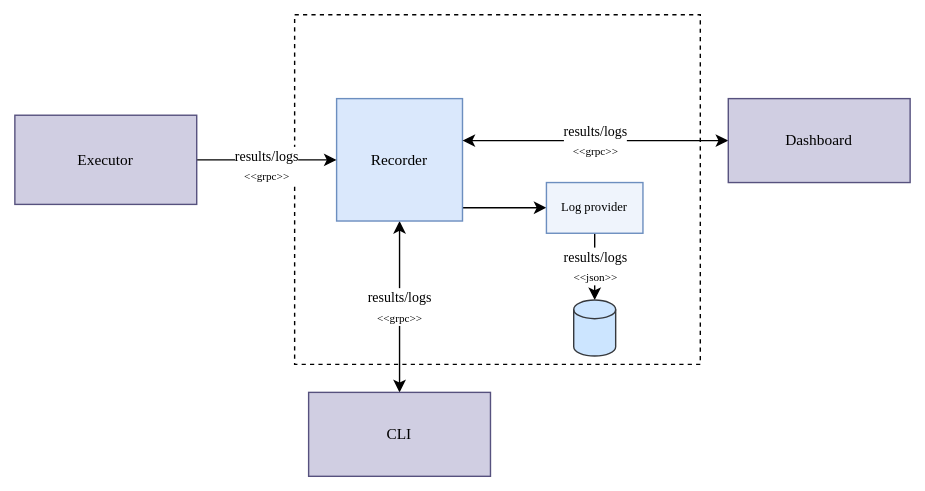
Before: docs/img/recorder.svg, a diagram exported from draw.io (andrescosta/jobico-fn). Source tidied: cells renumbered, new cells last; positions are measured from the earlier drawing's top-left corner, leaving out a move shared by most shapes. The source it was exported from:
```xml
<mxGraphModel>
  <root>
    <mxCell id="0" />
    <mxCell id="1" parent="0" />
    <mxCell id="2" style="rounded=0;whiteSpace=wrap;html=1;dashed=1;" parent="1" vertex="1">
      <mxGeometry x="200" width="290" height="250" as="geometry" />
    </mxCell>
    <mxCell id="3" style="edgeStyle=orthogonalEdgeStyle;jettySize=auto;html=1;rounded=0;curved=0;" parent="1" edge="1" source="5" target="12">
      <mxGeometry relative="1" as="geometry">
        <Array as="points">
          <mxPoint x="340" y="138" />
          <mxPoint x="340" y="138" />
        </Array>
      </mxGeometry>
    </mxCell>
    <mxCell id="4" value="&lt;font style=&quot;border-color: var(--border-color); font-family: &amp;quot;Lucida Console&amp;quot;;&quot; size=&quot;1&quot;&gt;results/logs&lt;br style=&quot;border-color: var(--border-color);&quot;&gt;&lt;/font&gt;&lt;font style=&quot;border-color: var(--border-color); font-family: &amp;quot;Lucida Console&amp;quot;; font-size: 8px;&quot;&gt;&amp;lt;&amp;lt;grpc&amp;gt;&amp;gt;&lt;/font&gt;" style="edgeStyle=orthogonalEdgeStyle;jettySize=auto;html=1;rounded=0;curved=0;startArrow=classic;startFill=1;" parent="1" edge="1" source="5" target="14">
      <mxGeometry relative="1" as="geometry" />
    </mxCell>
    <mxCell id="5" value="Recorder" style="rounded=0;whiteSpace=wrap;html=1;labelBackgroundColor=none;fillColor=#dae8fc;strokeColor=#6c8ebf;fontFamily=Lucida Console;fontSize=11;" parent="1" vertex="1">
      <mxGeometry x="230" y="60" width="90" height="87.5" as="geometry" />
    </mxCell>
    <mxCell id="6" value="&lt;font style=&quot;border-color: var(--border-color); font-family: &amp;quot;Lucida Console&amp;quot;;&quot; size=&quot;1&quot;&gt;results/logs&lt;br style=&quot;border-color: var(--border-color);&quot;&gt;&lt;/font&gt;&lt;font style=&quot;border-color: var(--border-color); font-family: &amp;quot;Lucida Console&amp;quot;; font-size: 8px;&quot;&gt;&amp;lt;&amp;lt;grpc&amp;gt;&amp;gt;&lt;/font&gt;" style="edgeStyle=orthogonalEdgeStyle;jettySize=auto;html=1;rounded=0;curved=0;endArrow=classic;endFill=1;startArrow=classic;startFill=1;" parent="1" edge="1" source="5" target="10">
      <mxGeometry relative="1" as="geometry">
        <Array as="points">
          <mxPoint x="380" y="90" />
          <mxPoint x="380" y="90" />
        </Array>
      </mxGeometry>
    </mxCell>
    <mxCell id="7" style="edgeStyle=orthogonalEdgeStyle;jettySize=auto;html=1;startArrow=none;startFill=0;" parent="1" edge="1" source="9" target="5">
      <mxGeometry relative="1" as="geometry" />
    </mxCell>
    <mxCell id="8" value="&lt;font style=&quot;border-color: var(--border-color); font-family: &amp;quot;Lucida Console&amp;quot;;&quot; size=&quot;1&quot;&gt;results/logs&lt;br style=&quot;border-color: var(--border-color);&quot;&gt;&lt;/font&gt;&lt;font style=&quot;border-color: var(--border-color); font-family: &amp;quot;Lucida Console&amp;quot;; font-size: 8px;&quot;&gt;&amp;lt;&amp;lt;grpc&amp;gt;&amp;gt;&lt;/font&gt;" style="edgeLabel;html=1;align=center;verticalAlign=middle;" parent="7" vertex="1">
      <mxGeometry y="-4" relative="1" as="geometry">
        <mxPoint x="-1" as="offset" />
      </mxGeometry>
    </mxCell>
    <mxCell id="9" value="Executor" style="rounded=0;whiteSpace=wrap;html=1;labelBackgroundColor=none;fillColor=#d0cee2;strokeColor=#56517e;fontFamily=Lucida Console;fontSize=11;" parent="1" vertex="1">
      <mxGeometry y="71.9" width="130" height="63.8" as="geometry" />
    </mxCell>
    <mxCell id="10" value="Dashboard" style="rounded=0;whiteSpace=wrap;html=1;labelBackgroundColor=none;fillColor=#d0cee2;strokeColor=#56517e;fontFamily=Lucida Console;fontSize=11;" parent="1" vertex="1">
      <mxGeometry x="510" y="60" width="130" height="60" as="geometry" />
    </mxCell>
    <mxCell id="11" value="&lt;font style=&quot;border-color: var(--border-color); font-family: &amp;quot;Lucida Console&amp;quot;;&quot; size=&quot;1&quot;&gt;results/logs&lt;br style=&quot;border-color: var(--border-color);&quot;&gt;&lt;/font&gt;&lt;font style=&quot;border-color: var(--border-color); font-family: &amp;quot;Lucida Console&amp;quot;; font-size: 8px;&quot;&gt;&amp;lt;&amp;lt;json&amp;gt;&amp;gt;&lt;/font&gt;" style="edgeStyle=orthogonalEdgeStyle;jettySize=auto;html=1;entryX=0.5;entryY=0;entryDx=0;entryDy=0;entryPerimeter=0;" parent="1" edge="1" source="12" target="13">
      <mxGeometry relative="1" as="geometry" />
    </mxCell>
    <mxCell id="12" value="Log provider" style="rounded=0;whiteSpace=wrap;html=1;fontFamily=Lucida Console;fontSize=9;strokeColor=#6c8ebf;align=center;verticalAlign=middle;fontColor=default;labelBackgroundColor=none;fillColor=#EFF4FC;" parent="1" vertex="1">
      <mxGeometry x="380" y="120" width="69" height="36.2" as="geometry" />
    </mxCell>
    <mxCell id="13" style="strokeWidth=1;html=1;shape=mxgraph.flowchart.database;whiteSpace=wrap;fillColor=#cce5ff;strokeColor=#36393d;" parent="1" vertex="1">
      <mxGeometry x="399.5" y="204" width="30" height="40" as="geometry" />
    </mxCell>
    <mxCell id="14" value="CLI" style="rounded=0;whiteSpace=wrap;html=1;labelBackgroundColor=none;fillColor=#d0cee2;strokeColor=#56517e;fontFamily=Lucida Console;fontSize=11;" parent="1" vertex="1">
      <mxGeometry x="210" y="270" width="130" height="60" as="geometry" />
    </mxCell>
  </root>
</mxGraphModel>
```
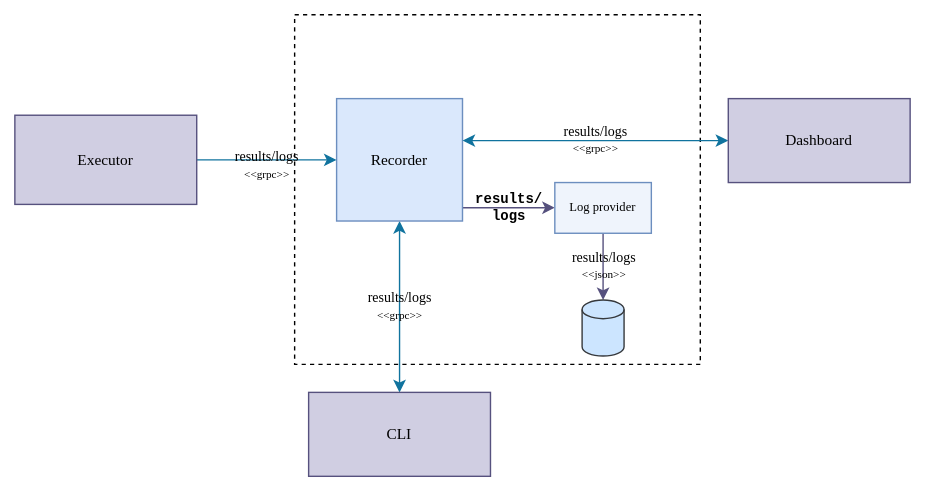
Above is the later version.

What changed in the source:
```diff
@@ -5,7 +5,7 @@
     <mxCell id="2" style="rounded=0;whiteSpace=wrap;html=1;dashed=1;" parent="1" vertex="1">
       <mxGeometry x="200" width="290" height="250" as="geometry" />
     </mxCell>
-    <mxCell id="3" style="edgeStyle=orthogonalEdgeStyle;jettySize=auto;html=1;rounded=0;curved=0;" parent="1" edge="1" source="5" target="12">
+    <mxCell id="3" value="results/&lt;br&gt;logs" style="edgeStyle=orthogonalEdgeStyle;jettySize=auto;html=1;rounded=0;curved=0;strokeColor=#56517e;align=center;verticalAlign=middle;fontFamily=Courier New;fontSize=10;fontColor=default;fontStyle=1;labelBackgroundColor=none;endArrow=classic;fillColor=#d0cee2;" parent="1" edge="1" source="5" target="12">
       <mxGeometry relative="1" as="geometry">
         <Array as="points">
           <mxPoint x="340" y="138" />
@@ -13,13 +13,13 @@
         </Array>
       </mxGeometry>
     </mxCell>
-    <mxCell id="4" value="&lt;font style=&quot;border-color: var(--border-color); font-family: &amp;quot;Lucida Console&amp;quot;;&quot; size=&quot;1&quot;&gt;results/logs&lt;br style=&quot;border-color: var(--border-color);&quot;&gt;&lt;/font&gt;&lt;font style=&quot;border-color: var(--border-color); font-family: &amp;quot;Lucida Console&amp;quot;; font-size: 8px;&quot;&gt;&amp;lt;&amp;lt;grpc&amp;gt;&amp;gt;&lt;/font&gt;" style="edgeStyle=orthogonalEdgeStyle;jettySize=auto;html=1;rounded=0;curved=0;startArrow=classic;startFill=1;" parent="1" edge="1" source="5" target="14">
+    <mxCell id="4" value="&lt;font style=&quot;border-color: var(--border-color); font-family: &amp;quot;Lucida Console&amp;quot;;&quot; size=&quot;1&quot;&gt;results/logs&lt;br style=&quot;border-color: var(--border-color);&quot;&gt;&lt;/font&gt;&lt;font style=&quot;border-color: var(--border-color); font-family: &amp;quot;Lucida Console&amp;quot;; font-size: 8px;&quot;&gt;&amp;lt;&amp;lt;grpc&amp;gt;&amp;gt;&lt;/font&gt;" style="edgeStyle=orthogonalEdgeStyle;jettySize=auto;html=1;rounded=0;curved=0;startArrow=classic;startFill=1;strokeColor=#10739e;align=center;verticalAlign=middle;fontFamily=Courier New;fontSize=10;fontColor=default;fontStyle=0;labelBackgroundColor=none;endArrow=classic;endFill=1;fillColor=#b1ddf0;" parent="1" edge="1" source="5" target="14">
       <mxGeometry relative="1" as="geometry" />
     </mxCell>
     <mxCell id="5" value="Recorder" style="rounded=0;whiteSpace=wrap;html=1;labelBackgroundColor=none;fillColor=#dae8fc;strokeColor=#6c8ebf;fontFamily=Lucida Console;fontSize=11;" parent="1" vertex="1">
       <mxGeometry x="230" y="60" width="90" height="87.5" as="geometry" />
     </mxCell>
-    <mxCell id="6" value="&lt;font style=&quot;border-color: var(--border-color); font-family: &amp;quot;Lucida Console&amp;quot;;&quot; size=&quot;1&quot;&gt;results/logs&lt;br style=&quot;border-color: var(--border-color);&quot;&gt;&lt;/font&gt;&lt;font style=&quot;border-color: var(--border-color); font-family: &amp;quot;Lucida Console&amp;quot;; font-size: 8px;&quot;&gt;&amp;lt;&amp;lt;grpc&amp;gt;&amp;gt;&lt;/font&gt;" style="edgeStyle=orthogonalEdgeStyle;jettySize=auto;html=1;rounded=0;curved=0;endArrow=classic;endFill=1;startArrow=classic;startFill=1;" parent="1" edge="1" source="5" target="10">
+    <mxCell id="6" value="&lt;font style=&quot;border-color: var(--border-color); font-family: &amp;quot;Lucida Console&amp;quot;;&quot; size=&quot;1&quot;&gt;results/logs&lt;br style=&quot;border-color: var(--border-color);&quot;&gt;&lt;/font&gt;&lt;font style=&quot;border-color: var(--border-color); font-family: &amp;quot;Lucida Console&amp;quot;; font-size: 8px;&quot;&gt;&amp;lt;&amp;lt;grpc&amp;gt;&amp;gt;&lt;/font&gt;" style="edgeStyle=orthogonalEdgeStyle;jettySize=auto;html=1;rounded=0;curved=0;endArrow=classic;endFill=1;startArrow=classic;startFill=1;strokeColor=#10739e;align=center;verticalAlign=middle;fontFamily=Courier New;fontSize=10;fontColor=default;fontStyle=0;labelBackgroundColor=none;fillColor=#b1ddf0;" parent="1" edge="1" source="5" target="10">
       <mxGeometry relative="1" as="geometry">
         <Array as="points">
           <mxPoint x="380" y="90" />
@@ -27,10 +27,10 @@
         </Array>
       </mxGeometry>
     </mxCell>
-    <mxCell id="7" style="edgeStyle=orthogonalEdgeStyle;jettySize=auto;html=1;startArrow=none;startFill=0;" parent="1" edge="1" source="9" target="5">
+    <mxCell id="7" style="edgeStyle=orthogonalEdgeStyle;jettySize=auto;html=1;startArrow=none;startFill=0;rounded=0;strokeColor=#10739e;align=center;verticalAlign=middle;fontFamily=Courier New;fontSize=10;fontColor=default;fontStyle=0;labelBackgroundColor=none;endArrow=classic;endFill=1;fillColor=#b1ddf0;" parent="1" edge="1" source="9" target="5">
       <mxGeometry relative="1" as="geometry" />
     </mxCell>
-    <mxCell id="8" value="&lt;font style=&quot;border-color: var(--border-color); font-family: &amp;quot;Lucida Console&amp;quot;;&quot; size=&quot;1&quot;&gt;results/logs&lt;br style=&quot;border-color: var(--border-color);&quot;&gt;&lt;/font&gt;&lt;font style=&quot;border-color: var(--border-color); font-family: &amp;quot;Lucida Console&amp;quot;; font-size: 8px;&quot;&gt;&amp;lt;&amp;lt;grpc&amp;gt;&amp;gt;&lt;/font&gt;" style="edgeLabel;html=1;align=center;verticalAlign=middle;" parent="7" vertex="1">
+    <mxCell id="8" value="&lt;font style=&quot;border-color: var(--border-color); font-family: &amp;quot;Lucida Console&amp;quot;;&quot; size=&quot;1&quot;&gt;results/logs&lt;br style=&quot;border-color: var(--border-color);&quot;&gt;&lt;/font&gt;&lt;font style=&quot;border-color: var(--border-color); font-family: &amp;quot;Lucida Console&amp;quot;; font-size: 8px;&quot;&gt;&amp;lt;&amp;lt;grpc&amp;gt;&amp;gt;&lt;/font&gt;" style="edgeLabel;html=1;align=center;verticalAlign=middle;rounded=0;strokeColor=#10739e;fontFamily=Courier New;fontSize=10;fontColor=default;fontStyle=0;labelBackgroundColor=none;fillColor=#b1ddf0;" parent="7" vertex="1">
       <mxGeometry y="-4" relative="1" as="geometry">
         <mxPoint x="-1" as="offset" />
       </mxGeometry>
@@ -41,14 +41,14 @@
     <mxCell id="10" value="Dashboard" style="rounded=0;whiteSpace=wrap;html=1;labelBackgroundColor=none;fillColor=#d0cee2;strokeColor=#56517e;fontFamily=Lucida Console;fontSize=11;" parent="1" vertex="1">
       <mxGeometry x="510" y="60" width="130" height="60" as="geometry" />
     </mxCell>
-    <mxCell id="11" value="&lt;font style=&quot;border-color: var(--border-color); font-family: &amp;quot;Lucida Console&amp;quot;;&quot; size=&quot;1&quot;&gt;results/logs&lt;br style=&quot;border-color: var(--border-color);&quot;&gt;&lt;/font&gt;&lt;font style=&quot;border-color: var(--border-color); font-family: &amp;quot;Lucida Console&amp;quot;; font-size: 8px;&quot;&gt;&amp;lt;&amp;lt;json&amp;gt;&amp;gt;&lt;/font&gt;" style="edgeStyle=orthogonalEdgeStyle;jettySize=auto;html=1;entryX=0.5;entryY=0;entryDx=0;entryDy=0;entryPerimeter=0;" parent="1" edge="1" source="12" target="13">
+    <mxCell id="11" value="&lt;font size=&quot;1&quot; style=&quot;border-color: var(--border-color); font-family: &amp;quot;Lucida Console&amp;quot;;&quot;&gt;results/logs&lt;br style=&quot;border-color: var(--border-color);&quot;&gt;&lt;/font&gt;&lt;font style=&quot;border-color: var(--border-color); font-family: &amp;quot;Lucida Console&amp;quot;; font-size: 8px;&quot;&gt;&amp;lt;&amp;lt;json&amp;gt;&amp;gt;&lt;/font&gt;" style="edgeStyle=orthogonalEdgeStyle;jettySize=auto;html=1;entryX=0.5;entryY=0;entryDx=0;entryDy=0;entryPerimeter=0;rounded=0;strokeColor=#56517e;align=center;verticalAlign=middle;fontFamily=Courier New;fontSize=10;fontColor=default;fontStyle=0;labelBackgroundColor=none;endArrow=classic;fillColor=#d0cee2;" parent="1" edge="1" source="12" target="13">
       <mxGeometry relative="1" as="geometry" />
     </mxCell>
     <mxCell id="12" value="Log provider" style="rounded=0;whiteSpace=wrap;html=1;fontFamily=Lucida Console;fontSize=9;strokeColor=#6c8ebf;align=center;verticalAlign=middle;fontColor=default;labelBackgroundColor=none;fillColor=#EFF4FC;" parent="1" vertex="1">
-      <mxGeometry x="380" y="120" width="69" height="36.2" as="geometry" />
+      <mxGeometry x="386" y="120" width="69" height="36.2" as="geometry" />
     </mxCell>
     <mxCell id="13" style="strokeWidth=1;html=1;shape=mxgraph.flowchart.database;whiteSpace=wrap;fillColor=#cce5ff;strokeColor=#36393d;" parent="1" vertex="1">
-      <mxGeometry x="399.5" y="204" width="30" height="40" as="geometry" />
+      <mxGeometry x="405.5" y="204" width="30" height="40" as="geometry" />
     </mxCell>
     <mxCell id="14" value="CLI" style="rounded=0;whiteSpace=wrap;html=1;labelBackgroundColor=none;fillColor=#d0cee2;strokeColor=#56517e;fontFamily=Lucida Console;fontSize=11;" parent="1" vertex="1">
       <mxGeometry x="210" y="270" width="130" height="60" as="geometry" />
```
